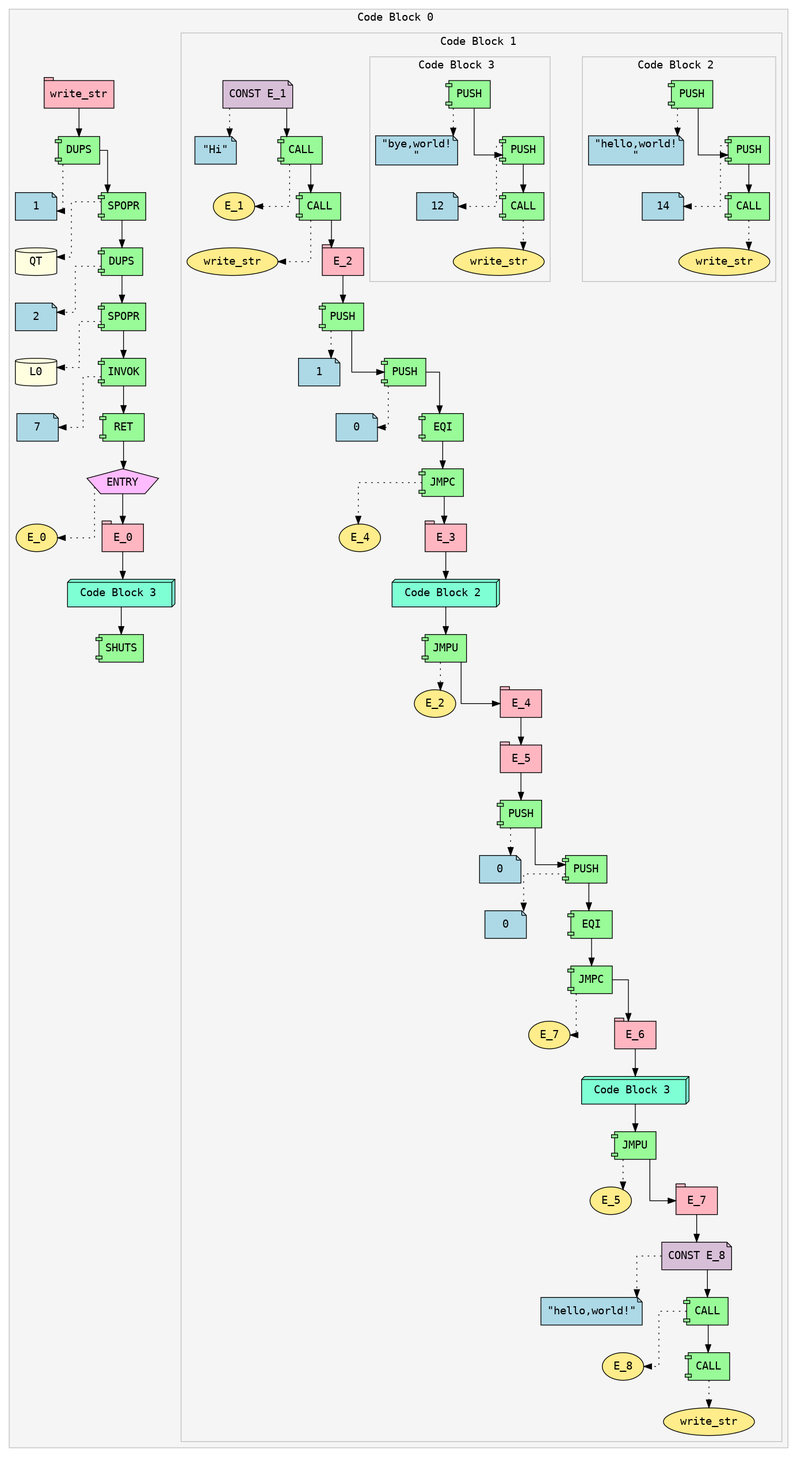
Soham-Metha/IICT_Segfault_2025 keeps this Graphviz diagram as ir.png. Above is the earlier version. Its source is kept beside it as ir.dot.
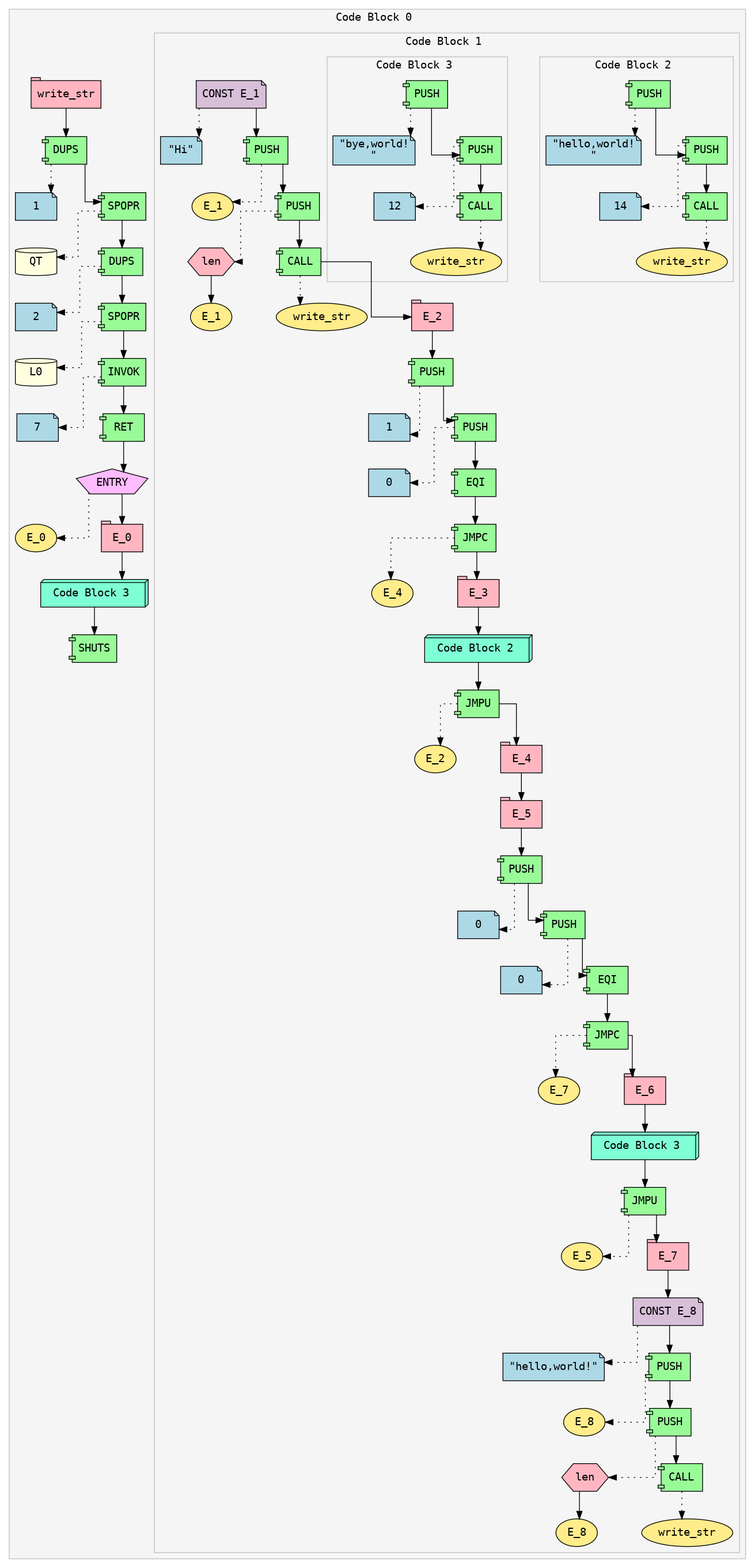
The same diagram one commit later.

The edit, as a diff of the source:
```diff
@@ -46,118 +46,130 @@
 Expr_17 [shape=note style=filled fillcolor=thistle fontname="Courier" label="CONST E_1"]
 Expr_18 [shape=note style=filled fillcolor=lightblue fontname="Courier" label="\"Hi\""]
 Expr_17 -> Expr_18 [style=dotted]
-Expr_19 [shape=component style=filled fillcolor=palegreen fontname="Courier" label="CALL"]
+Expr_19 [shape=component style=filled fillcolor=palegreen fontname="Courier" label="PUSH"]
 Expr_20 [shape=ellipse style=filled fillcolor=lightgoldenrod1 fontname="Courier" label="E_1"]
 Expr_19 -> Expr_20 [style=dotted]
 Expr_17 -> Expr_19;
-Expr_21 [shape=component style=filled fillcolor=palegreen fontname="Courier" label="CALL"]
-Expr_22 [shape=ellipse style=filled fillcolor=lightgoldenrod1 fontname="Courier" label="write_str"]
+Expr_21 [shape=component style=filled fillcolor=palegreen fontname="Courier" label="PUSH"]
+Expr_22 [shape=hexagon style=filled fillcolor=lightpink fontname="Courier" label="len"]
+Expr_23 [shape=ellipse style=filled fillcolor=lightgoldenrod1 fontname="Courier" label="E_1"]
+Expr_22 -> Expr_23
 Expr_21 -> Expr_22 [style=dotted]
 Expr_19 -> Expr_21;
-Expr_23 [shape=tab style=filled fillcolor=lightpink fontname="Courier" label="E_2"]
-Expr_21 -> Expr_23;
-Expr_24 [shape=component style=filled fillcolor=palegreen fontname="Courier" label="PUSH"]
-Expr_25 [shape=note style=filled fillcolor=lightblue fontname="Courier" label="1"]
+Expr_24 [shape=component style=filled fillcolor=palegreen fontname="Courier" label="CALL"]
+Expr_25 [shape=ellipse style=filled fillcolor=lightgoldenrod1 fontname="Courier" label="write_str"]
 Expr_24 -> Expr_25 [style=dotted]
-Expr_23 -> Expr_24;
-Expr_26 [shape=component style=filled fillcolor=palegreen fontname="Courier" label="PUSH"]
-Expr_27 [shape=note style=filled fillcolor=lightblue fontname="Courier" label="0"]
-Expr_26 -> Expr_27 [style=dotted]
+Expr_21 -> Expr_24;
+Expr_26 [shape=tab style=filled fillcolor=lightpink fontname="Courier" label="E_2"]
 Expr_24 -> Expr_26;
-Expr_28 [shape=component style=filled fillcolor=palegreen fontname="Courier" label="EQI"]
-Expr_26 -> Expr_28;
-Expr_29 [shape=component style=filled fillcolor=palegreen fontname="Courier" label="JMPC"]
-Expr_30 [shape=ellipse style=filled fillcolor=lightgoldenrod1 fontname="Courier" label="E_4"]
+Expr_27 [shape=component style=filled fillcolor=palegreen fontname="Courier" label="PUSH"]
+Expr_28 [shape=note style=filled fillcolor=lightblue fontname="Courier" label="1"]
+Expr_27 -> Expr_28 [style=dotted]
+Expr_26 -> Expr_27;
+Expr_29 [shape=component style=filled fillcolor=palegreen fontname="Courier" label="PUSH"]
+Expr_30 [shape=note style=filled fillcolor=lightblue fontname="Courier" label="0"]
 Expr_29 -> Expr_30 [style=dotted]
-Expr_28 -> Expr_29;
-Expr_31 [shape=tab style=filled fillcolor=lightpink fontname="Courier" label="E_3"]
+Expr_27 -> Expr_29;
+Expr_31 [shape=component style=filled fillcolor=palegreen fontname="Courier" label="EQI"]
 Expr_29 -> Expr_31;
-subgraph cluster_32 {
+Expr_32 [shape=component style=filled fillcolor=palegreen fontname="Courier" label="JMPC"]
+Expr_33 [shape=ellipse style=filled fillcolor=lightgoldenrod1 fontname="Courier" label="E_4"]
+Expr_32 -> Expr_33 [style=dotted]
+Expr_31 -> Expr_32;
+Expr_34 [shape=tab style=filled fillcolor=lightpink fontname="Courier" label="E_3"]
+Expr_32 -> Expr_34;
+subgraph cluster_35 {
 label="Code Block 2 ";
 style=filled;
 color=gray;
 fillcolor=whitesmoke;
 fontname="Courier";
-Expr_33 [shape=component style=filled fillcolor=palegreen fontname="Courier" label="PUSH"]
-Expr_34 [shape=note style=filled fillcolor=lightblue fontname="Courier" label="\"hello,world!\n\""]
-Expr_33 -> Expr_34 [style=dotted]
-Expr_35 [shape=component style=filled fillcolor=palegreen fontname="Courier" label="PUSH"]
-Expr_36 [shape=note style=filled fillcolor=lightblue fontname="Courier" label="14"]
-Expr_35 -> Expr_36 [style=dotted]
-Expr_33 -> Expr_35;
-Expr_37 [shape=component style=filled fillcolor=palegreen fontname="Courier" label="CALL"]
-Expr_38 [shape=ellipse style=filled fillcolor=lightgoldenrod1 fontname="Courier" label="write_str"]
-Expr_37 -> Expr_38 [style=dotted]
-Expr_35 -> Expr_37;
+Expr_36 [shape=component style=filled fillcolor=palegreen fontname="Courier" label="PUSH"]
+Expr_37 [shape=note style=filled fillcolor=lightblue fontname="Courier" label="\"hello,world!\n\""]
+Expr_36 -> Expr_37 [style=dotted]
+Expr_38 [shape=component style=filled fillcolor=palegreen fontname="Courier" label="PUSH"]
+Expr_39 [shape=note style=filled fillcolor=lightblue fontname="Courier" label="14"]
+Expr_38 -> Expr_39 [style=dotted]
+Expr_36 -> Expr_38;
+Expr_40 [shape=component style=filled fillcolor=palegreen fontname="Courier" label="CALL"]
+Expr_41 [shape=ellipse style=filled fillcolor=lightgoldenrod1 fontname="Courier" label="write_str"]
+Expr_40 -> Expr_41 [style=dotted]
+Expr_38 -> Expr_40;
 }
-Expr_32 [shape=box3d style=filled fillcolor=aquamarine fontname="Courier" label=" Code Block 2  "]
-Expr_31 -> Expr_32;
-Expr_39 [shape=component style=filled fillcolor=palegreen fontname="Courier" label="JMPU"]
-Expr_40 [shape=ellipse style=filled fillcolor=lightgoldenrod1 fontname="Courier" label="E_2"]
-Expr_39 -> Expr_40 [style=dotted]
-Expr_32 -> Expr_39;
-Expr_41 [shape=tab style=filled fillcolor=lightpink fontname="Courier" label="E_4"]
-Expr_39 -> Expr_41;
-Expr_42 [shape=tab style=filled fillcolor=lightpink fontname="Courier" label="E_5"]
-Expr_41 -> Expr_42;
-Expr_43 [shape=component style=filled fillcolor=palegreen fontname="Courier" label="PUSH"]
-Expr_44 [shape=note style=filled fillcolor=lightblue fontname="Courier" label="0"]
-Expr_43 -> Expr_44 [style=dotted]
-Expr_42 -> Expr_43;
-Expr_45 [shape=component style=filled fillcolor=palegreen fontname="Courier" label="PUSH"]
-Expr_46 [shape=note style=filled fillcolor=lightblue fontname="Courier" label="0"]
-Expr_45 -> Expr_46 [style=dotted]
-Expr_43 -> Expr_45;
-Expr_47 [shape=component style=filled fillcolor=palegreen fontname="Courier" label="EQI"]
-Expr_45 -> Expr_47;
-Expr_48 [shape=component style=filled fillcolor=palegreen fontname="Courier" label="JMPC"]
-Expr_49 [shape=ellipse style=filled fillcolor=lightgoldenrod1 fontname="Courier" label="E_7"]
+Expr_35 [shape=box3d style=filled fillcolor=aquamarine fontname="Courier" label=" Code Block 2  "]
+Expr_34 -> Expr_35;
+Expr_42 [shape=component style=filled fillcolor=palegreen fontname="Courier" label="JMPU"]
+Expr_43 [shape=ellipse style=filled fillcolor=lightgoldenrod1 fontname="Courier" label="E_2"]
+Expr_42 -> Expr_43 [style=dotted]
+Expr_35 -> Expr_42;
+Expr_44 [shape=tab style=filled fillcolor=lightpink fontname="Courier" label="E_4"]
+Expr_42 -> Expr_44;
+Expr_45 [shape=tab style=filled fillcolor=lightpink fontname="Courier" label="E_5"]
+Expr_44 -> Expr_45;
+Expr_46 [shape=component style=filled fillcolor=palegreen fontname="Courier" label="PUSH"]
+Expr_47 [shape=note style=filled fillcolor=lightblue fontname="Courier" label="0"]
+Expr_46 -> Expr_47 [style=dotted]
+Expr_45 -> Expr_46;
+Expr_48 [shape=component style=filled fillcolor=palegreen fontname="Courier" label="PUSH"]
+Expr_49 [shape=note style=filled fillcolor=lightblue fontname="Courier" label="0"]
 Expr_48 -> Expr_49 [style=dotted]
-Expr_47 -> Expr_48;
-Expr_50 [shape=tab style=filled fillcolor=lightpink fontname="Courier" label="E_6"]
+Expr_46 -> Expr_48;
+Expr_50 [shape=component style=filled fillcolor=palegreen fontname="Courier" label="EQI"]
 Expr_48 -> Expr_50;
-subgraph cluster_51 {
+Expr_51 [shape=component style=filled fillcolor=palegreen fontname="Courier" label="JMPC"]
+Expr_52 [shape=ellipse style=filled fillcolor=lightgoldenrod1 fontname="Courier" label="E_7"]
+Expr_51 -> Expr_52 [style=dotted]
+Expr_50 -> Expr_51;
+Expr_53 [shape=tab style=filled fillcolor=lightpink fontname="Courier" label="E_6"]
+Expr_51 -> Expr_53;
+subgraph cluster_54 {
 label="Code Block 3 ";
 style=filled;
 color=gray;
 fillcolor=whitesmoke;
 fontname="Courier";
-Expr_52 [shape=component style=filled fillcolor=palegreen fontname="Courier" label="PUSH"]
-Expr_53 [shape=note style=filled fillcolor=lightblue fontname="Courier" label="\"bye,world!\n\""]
-Expr_52 -> Expr_53 [style=dotted]
-Expr_54 [shape=component style=filled fillcolor=palegreen fontname="Courier" label="PUSH"]
-Expr_55 [shape=note style=filled fillcolor=lightblue fontname="Courier" label="12"]
-Expr_54 -> Expr_55 [style=dotted]
-Expr_52 -> Expr_54;
-Expr_56 [shape=component style=filled fillcolor=palegreen fontname="Courier" label="CALL"]
-Expr_57 [shape=ellipse style=filled fillcolor=lightgoldenrod1 fontname="Courier" label="write_str"]
-Expr_56 -> Expr_57 [style=dotted]
-Expr_54 -> Expr_56;
+Expr_55 [shape=component style=filled fillcolor=palegreen fontname="Courier" label="PUSH"]
+Expr_56 [shape=note style=filled fillcolor=lightblue fontname="Courier" label="\"bye,world!\n\""]
+Expr_55 -> Expr_56 [style=dotted]
+Expr_57 [shape=component style=filled fillcolor=palegreen fontname="Courier" label="PUSH"]
+Expr_58 [shape=note style=filled fillcolor=lightblue fontname="Courier" label="12"]
+Expr_57 -> Expr_58 [style=dotted]
+Expr_55 -> Expr_57;
+Expr_59 [shape=component style=filled fillcolor=palegreen fontname="Courier" label="CALL"]
+Expr_60 [shape=ellipse style=filled fillcolor=lightgoldenrod1 fontname="Courier" label="write_str"]
+Expr_59 -> Expr_60 [style=dotted]
+Expr_57 -> Expr_59;
 }
-Expr_51 [shape=box3d style=filled fillcolor=aquamarine fontname="Courier" label=" Code Block 3  "]
-Expr_50 -> Expr_51;
-Expr_58 [shape=component style=filled fillcolor=palegreen fontname="Courier" label="JMPU"]
-Expr_59 [shape=ellipse style=filled fillcolor=lightgoldenrod1 fontname="Courier" label="E_5"]
-Expr_58 -> Expr_59 [style=dotted]
-Expr_51 -> Expr_58;
-Expr_60 [shape=tab style=filled fillcolor=lightpink fontname="Courier" label="E_7"]
-Expr_58 -> Expr_60;
-Expr_61 [shape=note style=filled fillcolor=thistle fontname="Courier" label="CONST E_8"]
-Expr_62 [shape=note style=filled fillcolor=lightblue fontname="Courier" label="\"hello,world!\""]
+Expr_54 [shape=box3d style=filled fillcolor=aquamarine fontname="Courier" label=" Code Block 3  "]
+Expr_53 -> Expr_54;
+Expr_61 [shape=component style=filled fillcolor=palegreen fontname="Courier" label="JMPU"]
+Expr_62 [shape=ellipse style=filled fillcolor=lightgoldenrod1 fontname="Courier" label="E_5"]
 Expr_61 -> Expr_62 [style=dotted]
-Expr_60 -> Expr_61;
-Expr_63 [shape=component style=filled fillcolor=palegreen fontname="Courier" label="CALL"]
-Expr_64 [shape=ellipse style=filled fillcolor=lightgoldenrod1 fontname="Courier" label="E_8"]
-Expr_63 -> Expr_64 [style=dotted]
+Expr_54 -> Expr_61;
+Expr_63 [shape=tab style=filled fillcolor=lightpink fontname="Courier" label="E_7"]
 Expr_61 -> Expr_63;
-Expr_65 [shape=component style=filled fillcolor=palegreen fontname="Courier" label="CALL"]
-Expr_66 [shape=ellipse style=filled fillcolor=lightgoldenrod1 fontname="Courier" label="write_str"]
-Expr_65 -> Expr_66 [style=dotted]
-Expr_63 -> Expr_65;
+Expr_64 [shape=note style=filled fillcolor=thistle fontname="Courier" label="CONST E_8"]
+Expr_65 [shape=note style=filled fillcolor=lightblue fontname="Courier" label="\"hello,world!\""]
+Expr_64 -> Expr_65 [style=dotted]
+Expr_63 -> Expr_64;
+Expr_66 [shape=component style=filled fillcolor=palegreen fontname="Courier" label="PUSH"]
+Expr_67 [shape=ellipse style=filled fillcolor=lightgoldenrod1 fontname="Courier" label="E_8"]
+Expr_66 -> Expr_67 [style=dotted]
+Expr_64 -> Expr_66;
+Expr_68 [shape=component style=filled fillcolor=palegreen fontname="Courier" label="PUSH"]
+Expr_69 [shape=hexagon style=filled fillcolor=lightpink fontname="Courier" label="len"]
+Expr_70 [shape=ellipse style=filled fillcolor=lightgoldenrod1 fontname="Courier" label="E_8"]
+Expr_69 -> Expr_70
+Expr_68 -> Expr_69 [style=dotted]
+Expr_66 -> Expr_68;
+Expr_71 [shape=component style=filled fillcolor=palegreen fontname="Courier" label="CALL"]
+Expr_72 [shape=ellipse style=filled fillcolor=lightgoldenrod1 fontname="Courier" label="write_str"]
+Expr_71 -> Expr_72 [style=dotted]
+Expr_68 -> Expr_71;
 }
 Expr_16 [shape=box3d style=filled fillcolor=aquamarine fontname="Courier" label=" Code Block 3  "]
 Expr_15 -> Expr_16;
-Expr_67 [shape=component style=filled fillcolor=palegreen fontname="Courier" label="SHUTS"]
-Expr_16 -> Expr_67;
+Expr_73 [shape=component style=filled fillcolor=palegreen fontname="Courier" label="SHUTS"]
+Expr_16 -> Expr_73;
 }
 }
```
